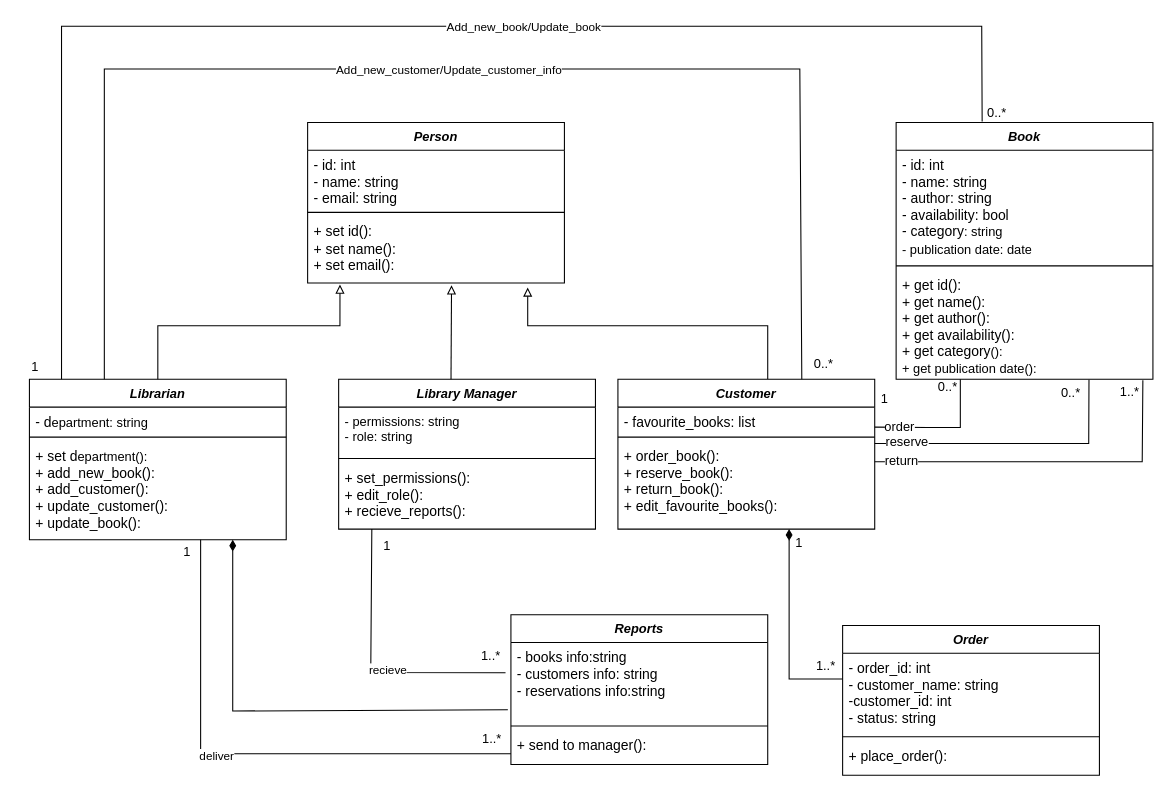
Abdulrahman-Sayed-1/Library-Management-System keeps this draw.io diagram as drawio files/Library Management System (Class diagram).drawio. Above is the earlier version. Source tidied: cells renumbered, new cells numbered last; positions are measured from the earlier drawing's top-left corner, leaving out a move shared by most shapes. Both pictures are drawn from the tidied source at 107%, with x=0, y=0 at pixel (18, 26).
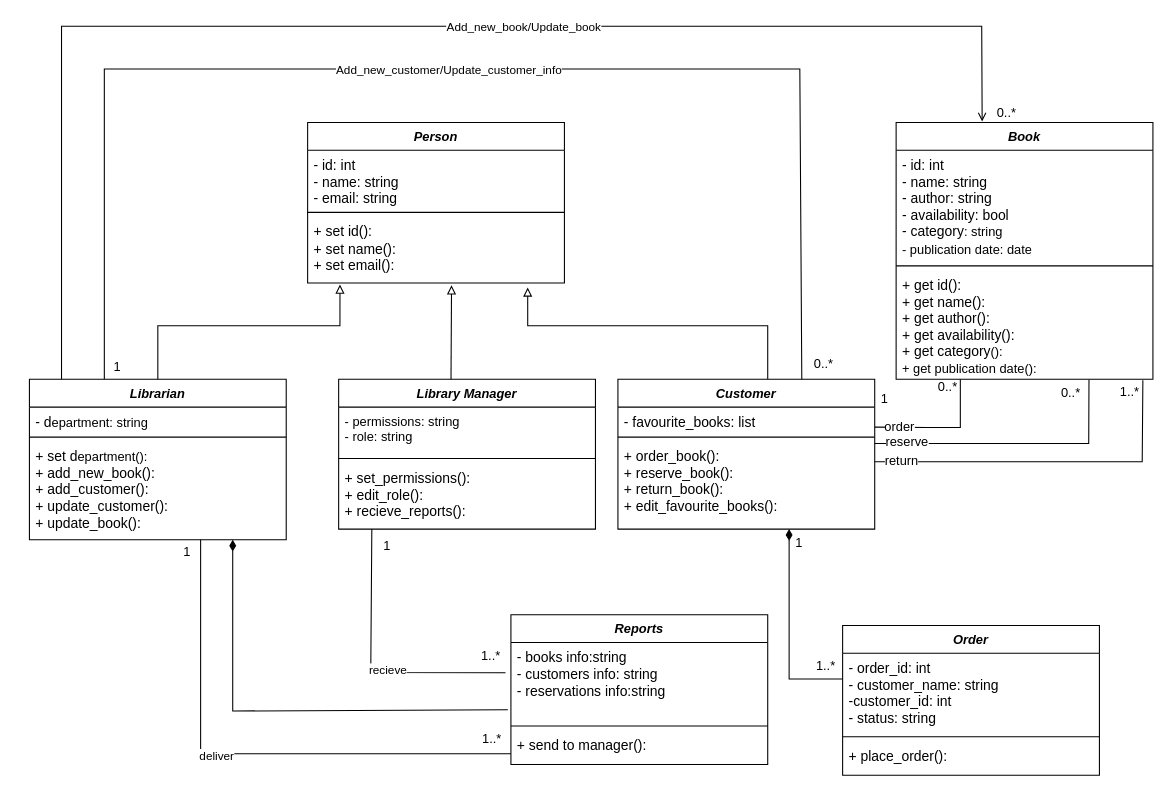
The same diagram, later.

Commit message:
Update Class Diagram

Unchanged cells that the change refers to:
```xml
<mxCell id="21" value="&lt;i&gt;Book&lt;/i&gt;" style="swimlane;fontStyle=1;align=center;verticalAlign=top;horizontal=1;startSize=26;whiteSpace=wrap;html=1;" parent="1" vertex="1">
  <mxGeometry x="820" y="90" width="240" height="240" as="geometry" />
</mxCell>
```

What changed in the source:
```diff
@@
-    <mxCell id="45" style="endArrow=none;html=1;rounded=0;entryX=0.335;entryY=-0.004;entryDx=0;entryDy=0;entryPerimeter=0;" parent="1" edge="1" target="21">
+    <mxCell id="45" style="endArrow=open;html=1;rounded=0;entryX=0.335;entryY=-0.004;entryDx=0;entryDy=0;entryPerimeter=0;endFill=0;" parent="1" edge="1" target="21">
       <mxGeometry relative="1" as="geometry">
         <mxPoint x="40" y="330" as="sourcePoint" />
         <Array as="points">
           <mxPoint x="40" />
           <mxPoint x="320" />
           <mxPoint x="560" />
           <mxPoint x="730" />
           <mxPoint x="820" />
           <mxPoint x="900" />
         </Array>
       </mxGeometry>
     </mxCell>
@@
-    <mxCell id="59" value="1" style="text;html=1;align=center;verticalAlign=middle;strokeColor=none;fillColor=none;" parent="1" vertex="1">
-      <mxGeometry y="304" width="30" height="30" as="geometry" />
-    </mxCell>
@@
-    <mxCell id="61" value="0..*" style="text;html=1;align=center;verticalAlign=middle;strokeColor=none;fillColor=none;" parent="1" vertex="1">
-      <mxGeometry x="894" y="66" width="40" height="30" as="geometry" />
+    <mxCell id="61" value="0..*" style="text;html=1;align=center;verticalAlign=middle;strokeColor=none;fillColor=none;fontStyle=0;" parent="1" vertex="1">
+      <mxGeometry x="903" y="66" width="40" height="30" as="geometry" />
     </mxCell>
+    <mxCell id="59" value="1" style="text;html=1;align=center;verticalAlign=middle;strokeColor=none;fillColor=none;" parent="1" vertex="1">
+      <mxGeometry x="77" y="304" width="30" height="30" as="geometry" />
+    </mxCell>
```
